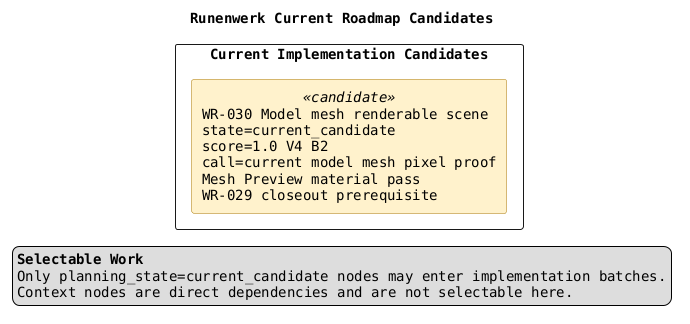
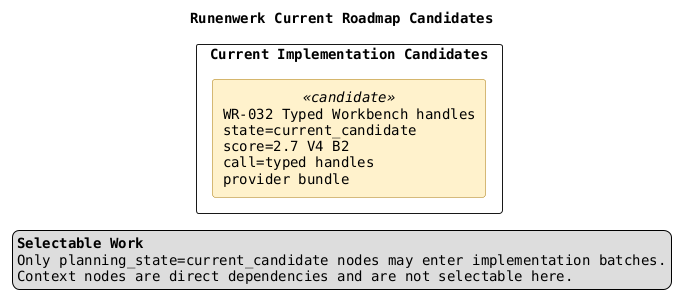
@startuml
title Runenwerk Current Roadmap Candidates

top to bottom direction
skinparam componentStyle rectangle
skinparam shadowing false
skinparam packageStyle rectangle
skinparam defaultFontName Monospaced

skinparam component {
  BackgroundColor<<candidate>> #FFF2CC
  BorderColor<<candidate>> #AA7700
  BackgroundColor<<context>> #EEEEEE
  BorderColor<<context>> #666666
  FontColor<<context>> #666666
}

legend right
  <b>Selectable Work</b>
  Only planning_state=current_candidate nodes may enter implementation batches.
  Context nodes are direct dependencies and are not selectable here.
endlegend

package "Current Implementation Candidates" {
-   component "WR-030 Model mesh renderable scene\nstate=current_candidate\nscore=1.0 V4 B2\ncall=current model mesh pixel proof\nMesh Preview material pass\nWR-029 closeout prerequisite" as MESHRND <<candidate>>
+   component "WR-032 Typed Workbench handles\nstate=current_candidate\nscore=2.7 V4 B2\ncall=typed handles\nprovider bundle" as WBCAPHANDLE <<candidate>>

}


@enduml
